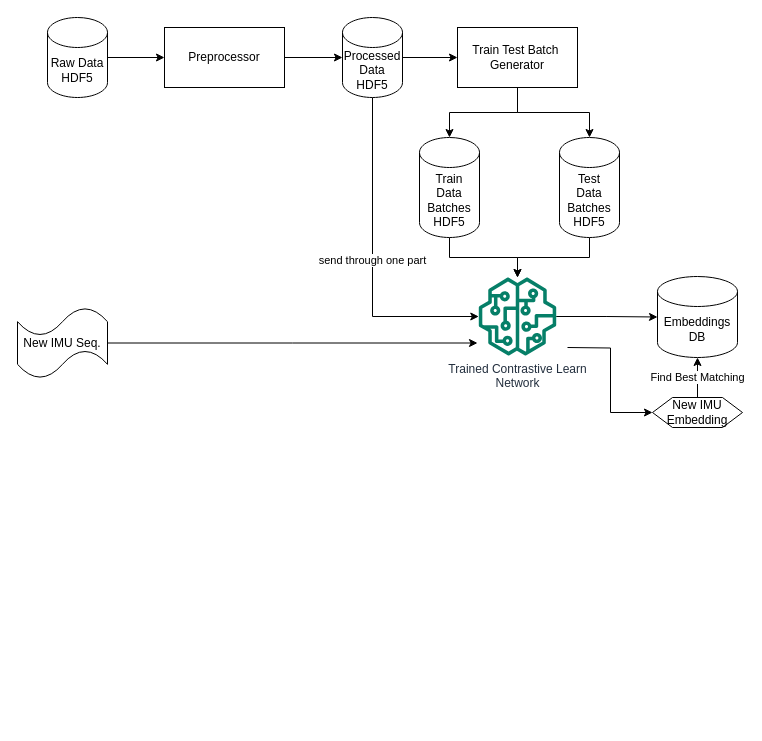
This is documents/archi_1/sample_architecture_1.drawio from FYPUoM18/fyp-retrival-based-localization, a draw.io file, before an edit. Source tidied: cells renumbered, new cells numbered last; positions are measured from the earlier drawing's top-left corner, leaving out a move shared by most shapes. Both pictures are drawn from the tidied source at 100%, with x=0, y=0 at pixel (17, 17).
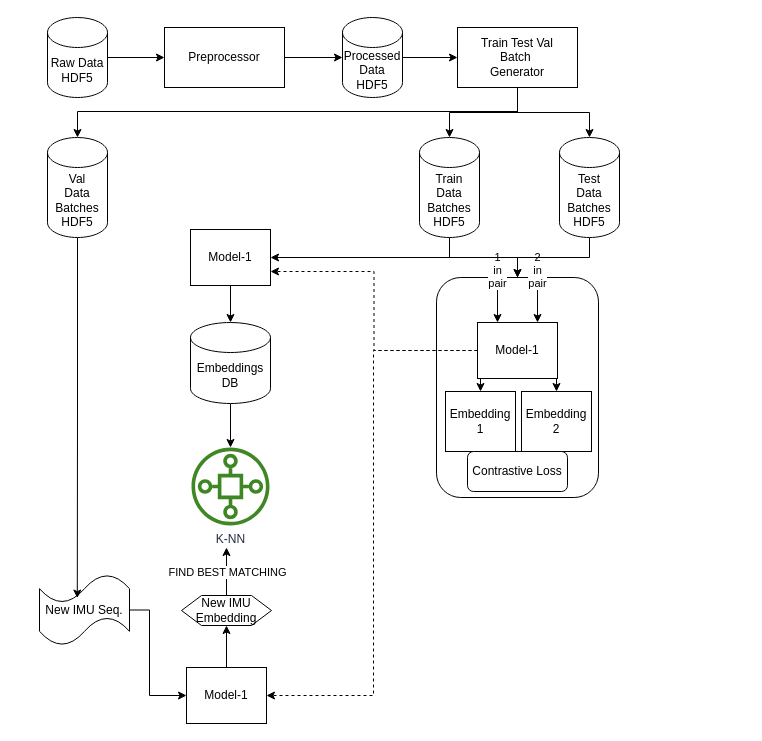
The same page after the edit.

The change refers to these unchanged cells:
```xml
<mxCell id="11" value="Processed&lt;br&gt;Data HDF5" style="shape=cylinder3;whiteSpace=wrap;html=1;boundedLbl=1;backgroundOutline=1;size=15;" parent="1" vertex="1">
  <mxGeometry x="325" width="60" height="80" as="geometry" />
</mxCell>
<mxCell id="13" value="Train&lt;br&gt;Data&lt;br&gt;Batches HDF5" style="shape=cylinder3;whiteSpace=wrap;html=1;boundedLbl=1;backgroundOutline=1;size=15;" parent="1" vertex="1">
  <mxGeometry x="402" y="120" width="60" height="100" as="geometry" />
</mxCell>
<mxCell id="15" value="Test&lt;br&gt;Data&lt;br&gt;Batches HDF5" style="shape=cylinder3;whiteSpace=wrap;html=1;boundedLbl=1;backgroundOutline=1;size=15;" parent="1" vertex="1">
  <mxGeometry x="542" y="120" width="60" height="100" as="geometry" />
</mxCell>
```

What changed in the source:
```diff
@@
+    <mxCell id="24" style="rounded=1;whiteSpace=wrap;html=1;" parent="1" vertex="1">
+      <mxGeometry x="419" y="260" width="162" height="220" as="geometry" />
+    </mxCell>
+    <mxCell id="25" value="2&lt;br&gt;in&lt;br&gt;pair" style="edgeStyle=orthogonalEdgeStyle;rounded=0;jettySize=auto;html=1;exitX=0.5;exitY=0;exitDx=0;exitDy=0;entryX=0.75;entryY=0;entryDx=0;entryDy=0;" parent="1" edge="1" source="24" target="36">
+      <mxGeometry relative="1" as="geometry" />
+    </mxCell>
+    <mxCell id="26" value="1&lt;br&gt;in&lt;br&gt;pair" style="edgeStyle=orthogonalEdgeStyle;rounded=0;jettySize=auto;html=1;exitX=0.5;exitY=0;exitDx=0;exitDy=0;entryX=0.25;entryY=0;entryDx=0;entryDy=0;" parent="1" edge="1" source="24" target="36">
+      <mxGeometry relative="1" as="geometry" />
+    </mxCell>
@@
+    <mxCell id="27" style="edgeStyle=orthogonalEdgeStyle;rounded=0;jettySize=auto;html=1;" parent="1" edge="1" source="6" target="45">
+      <mxGeometry relative="1" as="geometry">
+        <Array as="points">
+          <mxPoint x="500" y="94" />
+          <mxPoint x="60" y="94" />
+        </Array>
+      </mxGeometry>
+    </mxCell>
-    <mxCell id="6" value="Train Test Batch&amp;nbsp;&lt;br&gt;Generator" style="rounded=0;whiteSpace=wrap;html=1;" parent="1" vertex="1">
+    <mxCell id="6" value="Train Test Val &lt;br&gt;Batch&amp;nbsp;&lt;br&gt;Generator" style="rounded=0;whiteSpace=wrap;html=1;" parent="1" vertex="1">
       <mxGeometry x="440" y="10" width="120" height="60" as="geometry" />
     </mxCell>
@@
-    <mxCell id="10" value="send through one part" style="edgeStyle=orthogonalEdgeStyle;rounded=0;jettySize=auto;html=1;" parent="1" edge="1" source="11" target="18">
-      <mxGeometry relative="1" as="geometry">
-        <Array as="points">
-          <mxPoint x="355" y="299" />
-        </Array>
-      </mxGeometry>
-    </mxCell>
@@
-    <mxCell id="12" style="edgeStyle=orthogonalEdgeStyle;rounded=0;jettySize=auto;html=1;exitX=0.5;exitY=1;exitDx=0;exitDy=0;exitPerimeter=0;" parent="1" edge="1" source="13" target="18">
-      <mxGeometry relative="1" as="geometry" />
-    </mxCell>
+    <mxCell id="28" style="edgeStyle=orthogonalEdgeStyle;rounded=0;jettySize=auto;html=1;exitX=0.5;exitY=1;exitDx=0;exitDy=0;exitPerimeter=0;entryX=0.5;entryY=0;entryDx=0;entryDy=0;" parent="1" edge="1" source="13" target="24">
+      <mxGeometry relative="1" as="geometry" />
+    </mxCell>
+    <mxCell id="29" style="edgeStyle=orthogonalEdgeStyle;rounded=0;jettySize=auto;html=1;exitX=0.5;exitY=1;exitDx=0;exitDy=0;exitPerimeter=0;entryX=1;entryY=0.5;entryDx=0;entryDy=0;" parent="1" edge="1" source="13" target="41">
+      <mxGeometry relative="1" as="geometry" />
+    </mxCell>
@@
-    <mxCell id="14" style="edgeStyle=orthogonalEdgeStyle;rounded=0;jettySize=auto;html=1;exitX=0.5;exitY=1;exitDx=0;exitDy=0;exitPerimeter=0;" parent="1" edge="1" source="15" target="18">
-      <mxGeometry relative="1" as="geometry" />
-    </mxCell>
+    <mxCell id="30" style="edgeStyle=orthogonalEdgeStyle;rounded=0;jettySize=auto;html=1;exitX=0.5;exitY=1;exitDx=0;exitDy=0;exitPerimeter=0;entryX=0.5;entryY=0;entryDx=0;entryDy=0;" parent="1" edge="1" source="15" target="24">
+      <mxGeometry relative="1" as="geometry" />
+    </mxCell>
@@
-    <mxCell id="16" style="edgeStyle=orthogonalEdgeStyle;rounded=0;jettySize=auto;html=1;" parent="1" edge="1" source="18" target="19">
-      <mxGeometry relative="1" as="geometry" />
-    </mxCell>
-    <mxCell id="17" style="edgeStyle=orthogonalEdgeStyle;rounded=0;jettySize=auto;html=1;entryX=0;entryY=0.5;entryDx=0;entryDy=0;" parent="1" edge="1" target="23">
-      <mxGeometry relative="1" as="geometry">
-        <mxPoint x="550" y="330" as="sourcePoint" />
-      </mxGeometry>
-    </mxCell>
-    <mxCell id="18" value="Trained Contrastive Learn&lt;br&gt;Network" style="sketch=0;outlineConnect=0;fontColor=#232F3E;gradientColor=none;fillColor=#067F68;strokeColor=none;dashed=0;verticalLabelPosition=bottom;verticalAlign=top;align=center;html=1;fontSize=12;fontStyle=0;shape=mxgraph.aws4.sagemaker_model;" parent="1" vertex="1">
-      <mxGeometry x="461" y="260" width="78" height="78" as="geometry" />
-    </mxCell>
+    <mxCell id="31" style="edgeStyle=orthogonalEdgeStyle;rounded=0;jettySize=auto;html=1;entryX=0;entryY=0.5;entryDx=0;entryDy=0;" parent="1" edge="1" source="21" target="47">
+      <mxGeometry relative="1" as="geometry">
+        <Array as="points">
+          <mxPoint x="132" y="593" />
+          <mxPoint x="132" y="678" />
+        </Array>
+      </mxGeometry>
+    </mxCell>
+    <mxCell id="21" value="New IMU Seq." style="shape=tape;whiteSpace=wrap;html=1;" parent="1" vertex="1">
+      <mxGeometry x="22" y="557" width="90" height="71" as="geometry" />
+    </mxCell>
+    <mxCell id="32" style="edgeStyle=orthogonalEdgeStyle;rounded=0;jettySize=auto;html=1;exitX=0.5;exitY=1;exitDx=0;exitDy=0;entryX=0.5;entryY=0;entryDx=0;entryDy=0;" parent="1" edge="1" source="36" target="37">
+      <mxGeometry relative="1" as="geometry" />
+    </mxCell>
+    <mxCell id="33" style="edgeStyle=orthogonalEdgeStyle;rounded=0;jettySize=auto;html=1;exitX=0.5;exitY=1;exitDx=0;exitDy=0;entryX=0.5;entryY=0;entryDx=0;entryDy=0;" parent="1" edge="1" source="36" target="38">
+      <mxGeometry relative="1" as="geometry">
+        <Array as="points">
+          <mxPoint x="539" y="361" />
+        </Array>
+      </mxGeometry>
+    </mxCell>
+    <mxCell id="34" style="edgeStyle=orthogonalEdgeStyle;rounded=0;jettySize=auto;html=1;entryX=1;entryY=0.75;entryDx=0;entryDy=0;dashed=1;" parent="1" edge="1" source="36" target="41">
+      <mxGeometry relative="1" as="geometry" />
+    </mxCell>
+    <mxCell id="35" style="edgeStyle=orthogonalEdgeStyle;rounded=0;jettySize=auto;html=1;exitX=0;exitY=0.5;exitDx=0;exitDy=0;entryX=1;entryY=0.5;entryDx=0;entryDy=0;dashed=1;" parent="1" edge="1" source="36" target="47">
+      <mxGeometry relative="1" as="geometry">
+        <Array as="points">
+          <mxPoint x="356" y="333" />
+          <mxPoint x="356" y="678" />
+        </Array>
+      </mxGeometry>
+    </mxCell>
+    <mxCell id="36" value="Model-1" style="rounded=0;whiteSpace=wrap;html=1;" parent="1" vertex="1">
+      <mxGeometry x="460" y="305" width="80" height="56" as="geometry" />
+    </mxCell>
+    <mxCell id="37" value="Embedding&lt;br&gt;1" style="rounded=0;whiteSpace=wrap;html=1;" parent="1" vertex="1">
+      <mxGeometry x="428" y="374" width="70" height="60" as="geometry" />
+    </mxCell>
+    <mxCell id="38" value="Embedding&lt;br&gt;2" style="rounded=0;whiteSpace=wrap;html=1;" parent="1" vertex="1">
+      <mxGeometry x="504" y="374" width="70" height="60" as="geometry" />
+    </mxCell>
+    <mxCell id="39" value="Contrastive Loss" style="rounded=1;whiteSpace=wrap;html=1;" parent="1" vertex="1">
+      <mxGeometry x="450" y="434" width="100" height="40" as="geometry" />
+    </mxCell>
+    <mxCell id="40" style="edgeStyle=orthogonalEdgeStyle;rounded=0;jettySize=auto;html=1;exitX=0.5;exitY=1;exitDx=0;exitDy=0;" parent="1" edge="1" source="41" target="19">
+      <mxGeometry relative="1" as="geometry" />
+    </mxCell>
+    <mxCell id="41" value="Model-1" style="rounded=0;whiteSpace=wrap;html=1;" parent="1" vertex="1">
+      <mxGeometry x="173" y="212" width="80" height="56" as="geometry" />
+    </mxCell>
+    <mxCell id="42" style="edgeStyle=orthogonalEdgeStyle;rounded=0;jettySize=auto;html=1;" parent="1" edge="1" source="19" target="43">
+      <mxGeometry relative="1" as="geometry" />
+    </mxCell>
     <mxCell id="19" value="Embeddings&lt;br&gt;DB" style="shape=cylinder3;whiteSpace=wrap;html=1;boundedLbl=1;backgroundOutline=1;size=15;" parent="1" vertex="1">
-      <mxGeometry x="640" y="259" width="80" height="81" as="geometry" />
+      <mxGeometry x="173" y="305" width="80" height="81" as="geometry" />
     </mxCell>
-    <mxCell id="20" style="edgeStyle=orthogonalEdgeStyle;rounded=0;jettySize=auto;html=1;" parent="1" edge="1" source="21">
-      <mxGeometry relative="1" as="geometry">
-        <mxPoint x="460" y="325.5" as="targetPoint" />
-      </mxGeometry>
-    </mxCell>
-    <mxCell id="21" value="New IMU Seq." style="shape=tape;whiteSpace=wrap;html=1;" parent="1" vertex="1">
-      <mxGeometry y="290" width="90" height="71" as="geometry" />
-    </mxCell>
-    <mxCell id="22" value="Find Best Matching" style="edgeStyle=orthogonalEdgeStyle;rounded=0;jettySize=auto;html=1;" parent="1" edge="1" source="23" target="19">
-      <mxGeometry relative="1" as="geometry" />
-    </mxCell>
+    <mxCell id="43" value="K-NN" style="sketch=0;outlineConnect=0;fontColor=#232F3E;gradientColor=none;fillColor=#3F8624;strokeColor=none;dashed=0;verticalLabelPosition=bottom;verticalAlign=top;align=center;html=1;fontSize=12;fontStyle=0;shape=mxgraph.aws4.iot_sitewise_asset_model;direction=south;" parent="1" vertex="1">
+      <mxGeometry x="174" y="430" width="78" height="78" as="geometry" />
+    </mxCell>
+    <mxCell id="44" style="edgeStyle=orthogonalEdgeStyle;rounded=0;jettySize=auto;html=1;exitX=0.5;exitY=1;exitDx=0;exitDy=0;exitPerimeter=0;entryX=0.42;entryY=0.332;entryDx=0;entryDy=0;entryPerimeter=0;" parent="1" edge="1" source="45" target="21">
+      <mxGeometry relative="1" as="geometry" />
+    </mxCell>
+    <mxCell id="45" value="Val&lt;br&gt;Data&lt;br&gt;Batches HDF5" style="shape=cylinder3;whiteSpace=wrap;html=1;boundedLbl=1;backgroundOutline=1;size=15;" parent="1" vertex="1">
+      <mxGeometry x="30" y="120" width="60" height="100" as="geometry" />
+    </mxCell>
+    <mxCell id="46" style="edgeStyle=orthogonalEdgeStyle;rounded=0;jettySize=auto;html=1;exitX=0.5;exitY=0;exitDx=0;exitDy=0;entryX=0.5;entryY=1;entryDx=0;entryDy=0;" parent="1" edge="1" source="47" target="23">
+      <mxGeometry relative="1" as="geometry" />
+    </mxCell>
+    <mxCell id="47" value="Model-1" style="rounded=0;whiteSpace=wrap;html=1;" parent="1" vertex="1">
+      <mxGeometry x="169" y="650" width="80" height="56" as="geometry" />
+    </mxCell>
+    <mxCell id="48" value="FIND BEST MATCHING" style="edgeStyle=orthogonalEdgeStyle;rounded=0;jettySize=auto;html=1;exitX=0.5;exitY=0;exitDx=0;exitDy=0;" parent="1" edge="1" source="23">
+      <mxGeometry relative="1" as="geometry">
+        <mxPoint x="209" y="530" as="targetPoint" />
+      </mxGeometry>
+    </mxCell>
     <mxCell id="23" value="New IMU&lt;br&gt;Embedding" style="shape=hexagon;perimeter=hexagonPerimeter2;whiteSpace=wrap;html=1;fixedSize=1;" parent="1" vertex="1">
-      <mxGeometry x="635" y="380" width="90" height="30" as="geometry" />
+      <mxGeometry x="164" y="578" width="90" height="30" as="geometry" />
     </mxCell>
```
